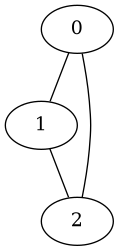
The Graphviz diagram grafo.png in arthuralvesr/Tpa, before a commit. Its source is kept beside it as grafo.dot.
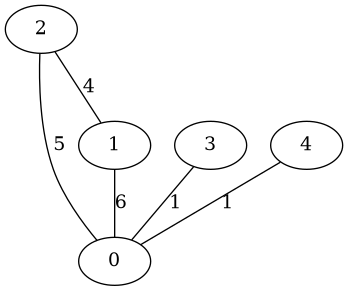
Above is the later version.

What changed in the source:
```diff
@@ -2,7 +2,11 @@
 	0;
 	1;
 	2;
-	0 -- 1;
-	0 -- 2;
-	1 -- 2;
+	3;
+	4;
+	1 -- 0 [label=6, weight=6];
+	2 -- 0 [label=5, weight=5];
+	2 -- 1 [label=4, weight=4];
+	3 -- 0 [label=1, weight=1];
+	4 -- 0 [label=1, weight=1];
 }
```
